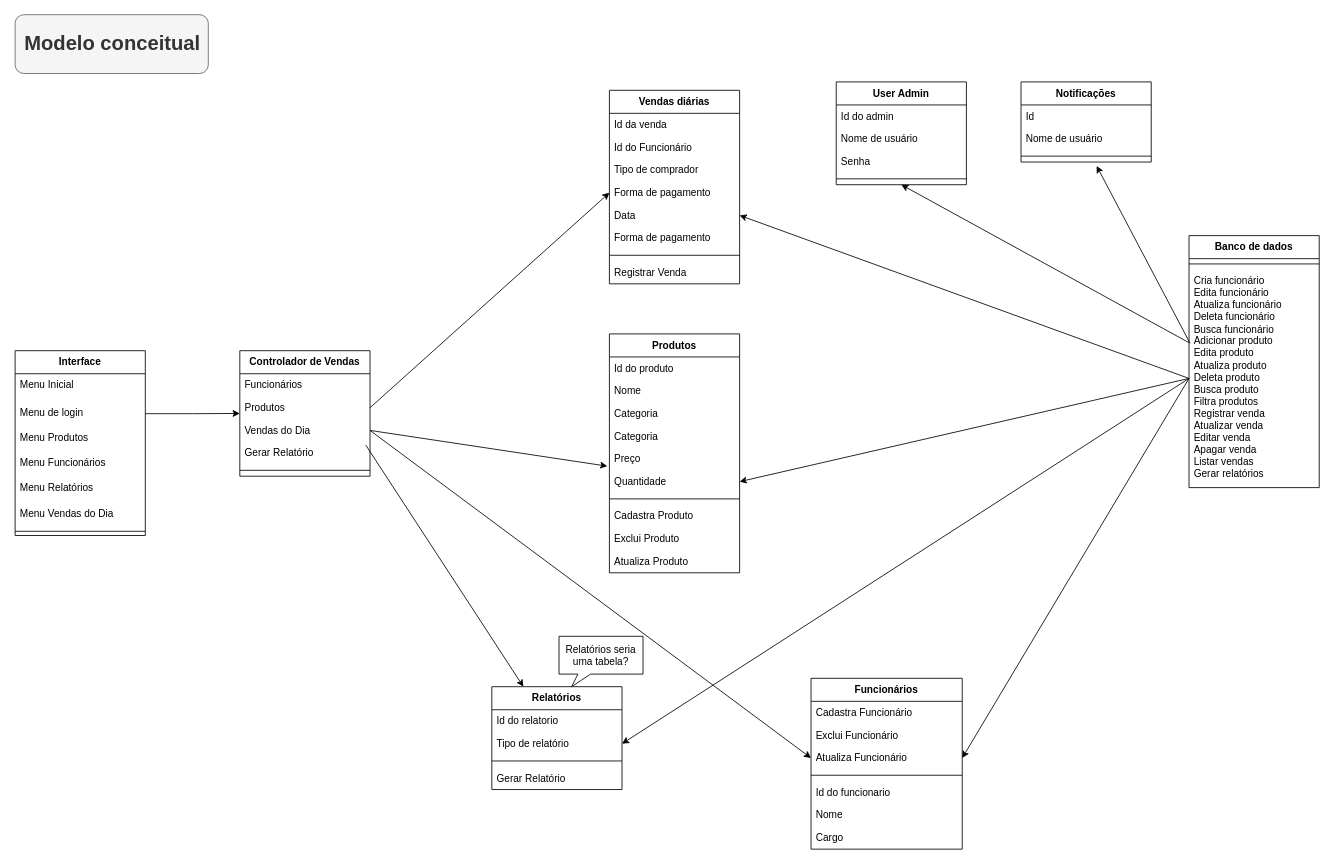
This is ModeloConceitual.drawio from belleruivo/cantina-fatore, a draw.io file, before an edit. Source tidied: cells renumbered, new cells numbered last; positions are measured from the earlier drawing's top-left corner, leaving out a move shared by most shapes. Both pictures are drawn from the tidied source at 84%, with x=0, y=0 at pixel (14, 14).
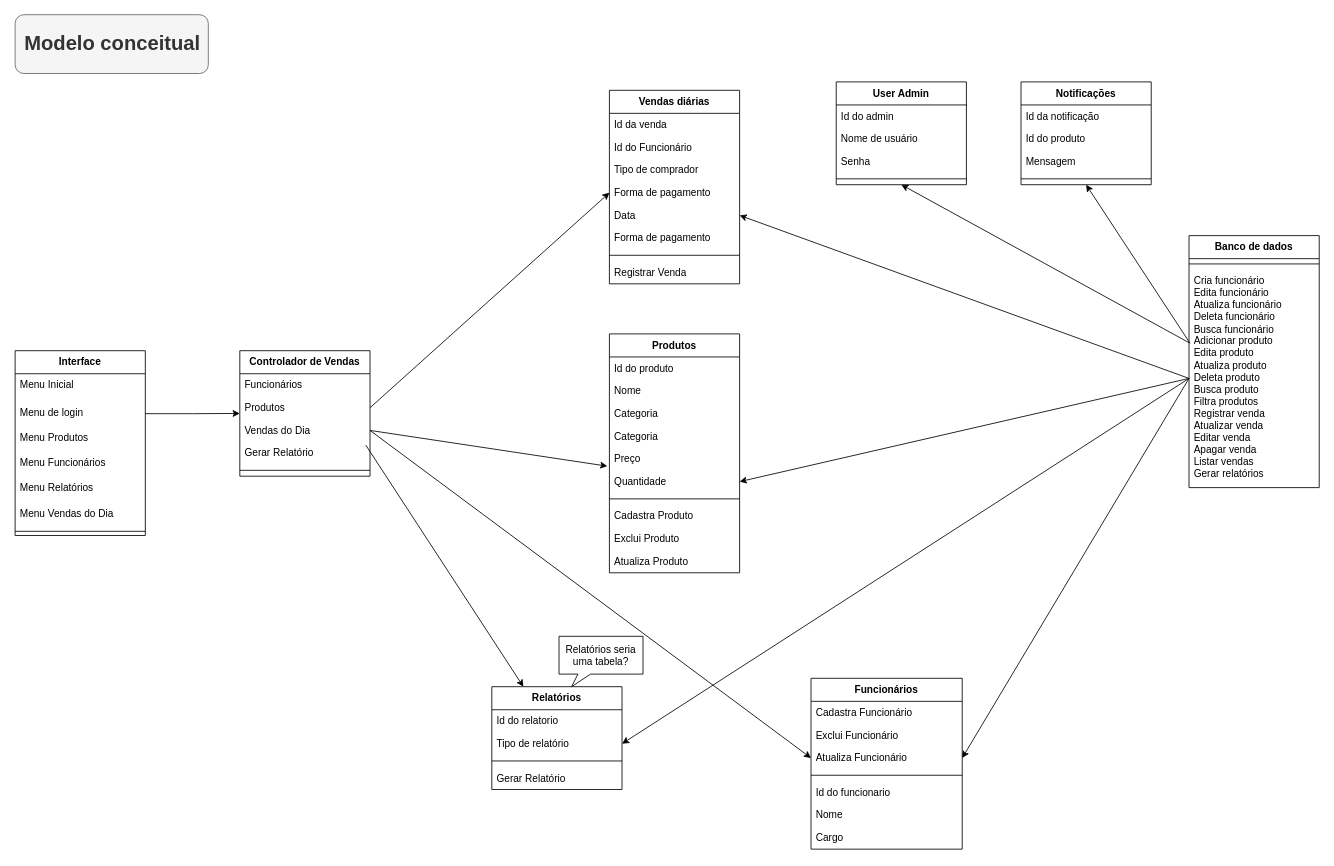
The same page after the edit.

The change refers to these unchanged cells:
```xml
<mxCell id="4" value="Cria funcionário&lt;div&gt;Edita funcionário&lt;/div&gt;&lt;div&gt;Atualiza funcionário&lt;/div&gt;&lt;div&gt;Deleta funcionário&lt;/div&gt;&lt;div&gt;Busca funcionário&lt;/div&gt;&lt;div&gt;Adicionar produto&lt;/div&gt;&lt;div&gt;Edita produto&lt;/div&gt;&lt;div&gt;Atualiza produto&lt;/div&gt;&lt;div&gt;Deleta produto&lt;/div&gt;&lt;div&gt;Busca produto&lt;/div&gt;&lt;div&gt;Filtra produtos&lt;/div&gt;&lt;div&gt;Registrar venda&lt;/div&gt;&lt;div&gt;Atualizar venda&lt;/div&gt;&lt;div&gt;Editar venda&lt;/div&gt;&lt;div&gt;Apagar venda&lt;/div&gt;&lt;div&gt;Listar vendas&lt;/div&gt;&lt;div&gt;Gerar relatórios&lt;/div&gt;&lt;div&gt;&lt;br&gt;&lt;/div&gt;" style="text;strokeColor=none;fillColor=none;align=left;verticalAlign=top;spacingLeft=4;spacingRight=4;overflow=hidden;points=[[0,0.5],[1,0.5]];portConstraint=eastwest;whiteSpace=wrap;html=1;" parent="2" vertex="1">
  <mxGeometry y="40" width="155" height="260" as="geometry" />
</mxCell>
```

Change to the diagram source:
```diff
@@
     <mxCell id="24" value="Notificações" style="swimlane;fontStyle=1;align=center;verticalAlign=top;horizontal=1;startSize=27.428571428571427;" parent="1" vertex="1">
-      <mxGeometry x="1198" y="80" width="155" height="95.4" as="geometry" />
+      <mxGeometry x="1198" y="80" width="155" height="122.4" as="geometry" />
     </mxCell>
-    <mxCell id="25" value="Id" style="text;strokeColor=none;fillColor=none;align=left;verticalAlign=top;spacingLeft=4;spacingRight=4;overflow=hidden;" parent="24" vertex="1">
+    <mxCell id="25" value="Id da notificação" style="text;strokeColor=none;fillColor=none;align=left;verticalAlign=top;spacingLeft=4;spacingRight=4;overflow=hidden;" parent="24" vertex="1">
       <mxGeometry y="27.4" width="155" height="27" as="geometry" />
     </mxCell>
+    <mxCell id="74" value="Id do produto" style="text;strokeColor=none;fillColor=none;align=left;verticalAlign=top;spacingLeft=4;spacingRight=4;overflow=hidden;" parent="24" vertex="1">
+      <mxGeometry y="54.4" width="155" height="27" as="geometry" />
+    </mxCell>
-    <mxCell id="26" value="Nome de usuário" style="text;strokeColor=none;fillColor=none;align=left;verticalAlign=top;spacingLeft=4;spacingRight=4;overflow=hidden;" parent="24" vertex="1">
-      <mxGeometry y="54.4" width="155" height="27" as="geometry" />
+    <mxCell id="26" value="Mensagem" style="text;strokeColor=none;fillColor=none;align=left;verticalAlign=top;spacingLeft=4;spacingRight=4;overflow=hidden;" parent="24" vertex="1">
+      <mxGeometry y="81.4" width="155" height="27" as="geometry" />
     </mxCell>
     <mxCell id="27" style="line;strokeWidth=1;fillColor=none;align=left;verticalAlign=middle;spacingTop=-1;spacingLeft=3;spacingRight=3;labelPosition=right;strokeColor=inherit;" parent="24" vertex="1">
-      <mxGeometry y="81.4" width="155" height="14" as="geometry" />
+      <mxGeometry y="108.4" width="155" height="14" as="geometry" />
     </mxCell>
@@
-    <mxCell id="65" style="endArrow=classic;html=1;rounded=0;exitX=0.008;exitY=0.339;exitDx=0;exitDy=0;exitPerimeter=0;" parent="1" edge="1" source="4">
-      <mxGeometry relative="1" as="geometry">
-        <mxPoint x="1288" y="180" as="targetPoint" />
-      </mxGeometry>
+    <mxCell id="65" style="endArrow=classic;html=1;rounded=0;exitX=0.008;exitY=0.339;exitDx=0;exitDy=0;exitPerimeter=0;entryX=0.5;entryY=1;entryDx=0;entryDy=0;" parent="1" edge="1" source="4" target="24">
+      <mxGeometry relative="1" as="geometry" />
     </mxCell>
```
